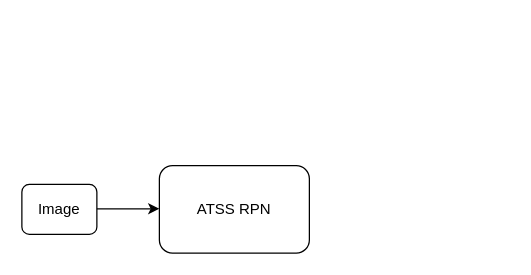
Above: 多模态目标检测.drawio in thb1314/for_draw_io (draw.io), before the change. Source tidied: cells renumbered, new cells numbered last; positions are measured from the earlier drawing's top-left corner, leaving out a move shared by most shapes. Both pictures are drawn from the tidied source at 125%, with x=0, y=0 at pixel (21, 165).
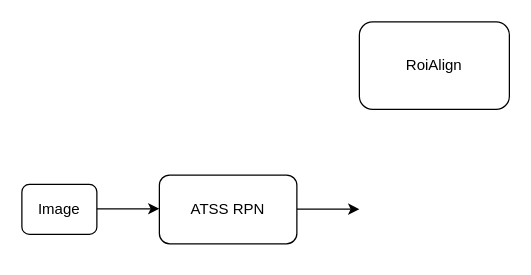
Above is the later version.

Commit message (it also covers changes not shown here):
更新多模态目标检测.drawio

Change to the diagram source:
```diff
@@
 <mxGraphModel>
   <root>
     <mxCell id="0" />
     <mxCell id="1" parent="0" />
     <mxCell id="2" value="Image" style="rounded=1;whiteSpace=wrap;html=1;" parent="1" vertex="1">
       <mxGeometry y="15" width="60" height="40" as="geometry" />
     </mxCell>
     <mxCell id="3" style="endArrow=classic;html=1;rounded=0;" parent="1" edge="1">
       <mxGeometry relative="1" as="geometry">
         <mxPoint x="60" y="34.5" as="sourcePoint" />
         <mxPoint x="110" y="34.5" as="targetPoint" />
       </mxGeometry>
     </mxCell>
     <mxCell id="4" value="ATSS RPN" style="rounded=1;whiteSpace=wrap;html=1;" parent="1" vertex="1">
-      <mxGeometry x="110" width="120" height="70" as="geometry" />
+      <mxGeometry x="110" y="7.5" width="110" height="55" as="geometry" />
     </mxCell>
+    <mxCell id="5" value="RoiAlign" style="rounded=1;whiteSpace=wrap;html=1;" parent="1" vertex="1">
+      <mxGeometry x="270" y="-115" width="120" height="70" as="geometry" />
+    </mxCell>
+    <mxCell id="6" style="endArrow=classic;html=1;rounded=0;" parent="1" edge="1">
+      <mxGeometry relative="1" as="geometry">
+        <mxPoint x="220" y="34.8" as="sourcePoint" />
+        <mxPoint x="270" y="34.8" as="targetPoint" />
+      </mxGeometry>
+    </mxCell>
   </root>
 </mxGraphModel>
```
